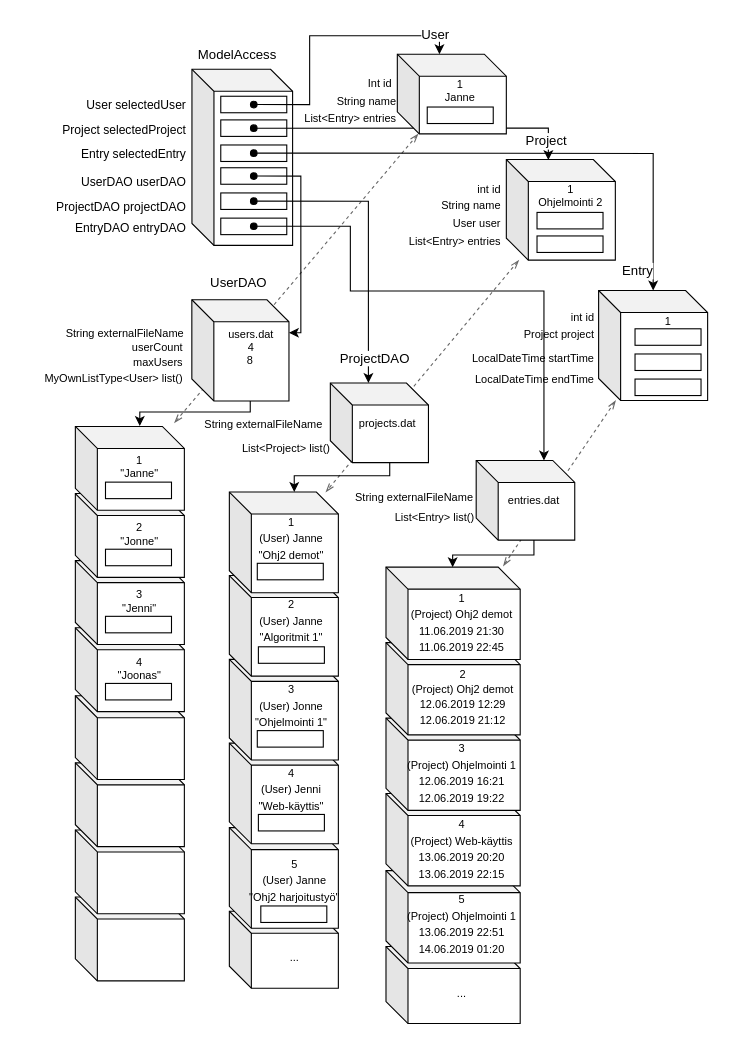
a-ruskomaa/SimpleTimeTracker keeps this draw.io diagram as kaaviot/tietorakenne_alt.drawio. Above is the earlier version. Source tidied: cells renumbered, new cells numbered last; positions are measured from the earlier drawing's top-left corner, leaving out a move shared by most shapes. Both pictures are drawn from the tidied source at 110%, with x=0, y=0 at pixel (19, 19).
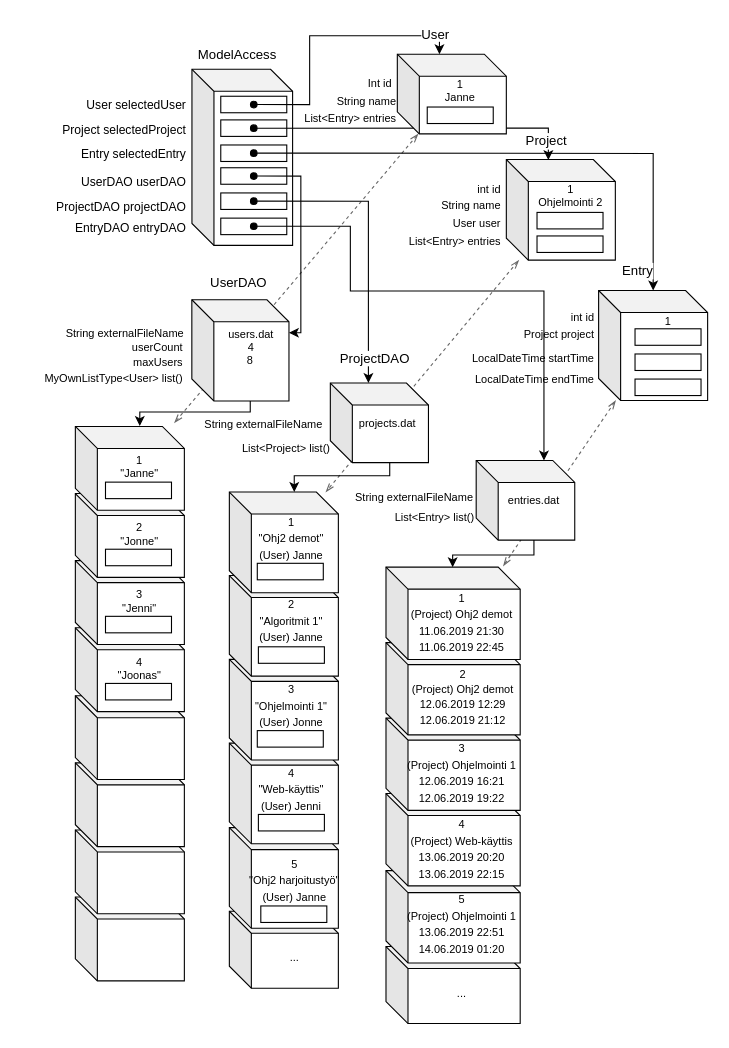
The same diagram, later.

Commit message (it also covers changes not shown here):
Muokattu tietorakennekaavioita

Unchanged cells that the change refers to:
```xml
<mxCell id="86" style="group;" parent="1" vertex="1">
  <mxGeometry x="191" y="429.8" width="99.1" height="457.2" as="geometry" />
</mxCell>
<mxCell id="87" style="group;" parent="86" vertex="1">
  <mxGeometry y="75.9" width="99.1" height="381.3" as="geometry" />
</mxCell>
<mxCell id="88" style="group;" parent="87" vertex="1">
  <mxGeometry y="76.2" width="99.1" height="305.1" as="geometry" />
</mxCell>
<mxCell id="89" style="group;" parent="88" vertex="1">
  <mxGeometry y="76.2" width="99.1" height="228.8" as="geometry" />
</mxCell>
```

The edit, as a diff of the source:
```diff
@@
-    <mxCell id="98" value="&lt;p style=&quot;line-height: 150% ; font-size: 10px&quot;&gt;4&lt;br style=&quot;font-size: 10px&quot;&gt;(User) Jenni&lt;br style=&quot;font-size: 10px&quot;&gt;&quot;Web-käyttis&quot;&lt;br style=&quot;font-size: 10px&quot;&gt;&lt;/p&gt;" style="text;html=1;align=center;fontColor=#000000;labelBackgroundColor=none;verticalAlign=middle;fontSize=10;" parent="89" vertex="1">
+    <mxCell id="98" value="&lt;p style=&quot;line-height: 150% ; font-size: 10px&quot;&gt;4&lt;br&gt;&quot;Web-käyttis&quot;&lt;br style=&quot;font-size: 10px&quot;&gt;(User) Jenni&lt;br style=&quot;font-size: 10px&quot;&gt;&lt;/p&gt;" style="text;html=1;align=center;fontColor=#000000;labelBackgroundColor=none;verticalAlign=middle;fontSize=10;" parent="89" vertex="1">
       <mxGeometry x="29.7" y="18.6" width="53.4" height="46.2" as="geometry" />
     </mxCell>
@@
-    <mxCell id="101" value="&lt;p style=&quot;line-height: 150% ; font-size: 10px&quot;&gt;3&lt;br style=&quot;font-size: 10px&quot;&gt;(User) Jonne&lt;br style=&quot;font-size: 10px&quot;&gt;&quot;Ohjelmointi 1&quot;&lt;br style=&quot;font-size: 10px&quot;&gt;&lt;/p&gt;" style="text;html=1;align=center;fontColor=#000000;labelBackgroundColor=none;verticalAlign=middle;fontSize=10;" parent="88" vertex="1">
+    <mxCell id="101" value="&lt;p style=&quot;line-height: 150% ; font-size: 10px&quot;&gt;3&lt;br&gt;&quot;Ohjelmointi 1&quot;&lt;br style=&quot;font-size: 10px&quot;&gt;(User) Jonne&lt;br style=&quot;font-size: 10px&quot;&gt;&lt;/p&gt;" style="text;html=1;align=center;fontColor=#000000;labelBackgroundColor=none;verticalAlign=middle;fontSize=10;" parent="88" vertex="1">
       <mxGeometry x="28.8" y="18.6" width="53.4" height="46.2" as="geometry" />
     </mxCell>
@@
-    <mxCell id="104" value="&lt;p style=&quot;line-height: 150% ; font-size: 10px&quot;&gt;2&lt;br style=&quot;font-size: 10px&quot;&gt;(User) Janne&lt;br style=&quot;font-size: 10px&quot;&gt;&quot;Algoritmit 1&quot;&lt;/p&gt;" style="text;html=1;align=center;fontColor=#000000;labelBackgroundColor=none;verticalAlign=middle;fontSize=10;" parent="87" vertex="1">
+    <mxCell id="104" value="&lt;p style=&quot;line-height: 150% ; font-size: 10px&quot;&gt;2&lt;br&gt;&quot;Algoritmit 1&quot;&lt;br style=&quot;font-size: 10px&quot;&gt;(User) Janne&lt;/p&gt;" style="text;html=1;align=center;fontColor=#000000;labelBackgroundColor=none;verticalAlign=middle;fontSize=10;" parent="87" vertex="1">
       <mxGeometry x="29.7" y="18.6" width="53.4" height="46.2" as="geometry" />
     </mxCell>
@@
-    <mxCell id="107" value="&lt;p style=&quot;line-height: 150% ; font-size: 10px&quot;&gt;1&lt;br style=&quot;font-size: 10px&quot;&gt;(User) Janne&lt;br style=&quot;font-size: 10px&quot;&gt;&quot;Ohj2 demot&quot;&lt;br style=&quot;font-size: 10px&quot;&gt;&lt;/p&gt;" style="text;html=1;align=center;fontColor=#000000;labelBackgroundColor=none;verticalAlign=middle;fontSize=10;" parent="86" vertex="1">
+    <mxCell id="107" value="&lt;p style=&quot;line-height: 150% ; font-size: 10px&quot;&gt;1&lt;br&gt;&quot;Ohj2 demot&quot;&lt;br style=&quot;font-size: 10px&quot;&gt;(User) Janne&lt;br style=&quot;font-size: 10px&quot;&gt;&lt;/p&gt;" style="text;html=1;align=center;fontColor=#000000;labelBackgroundColor=none;verticalAlign=middle;fontSize=10;" parent="86" vertex="1">
       <mxGeometry x="28.8" y="18.6" width="53.4" height="46.2" as="geometry" />
     </mxCell>
@@
-    <mxCell id="144" value="&lt;p style=&quot;line-height: 150% ; font-size: 10px&quot;&gt;5&lt;br style=&quot;font-size: 10px&quot;&gt;(User) Janne&lt;br style=&quot;font-size: 10px&quot;&gt;&quot;Ohj2 harjoitustyö&quot;&lt;br style=&quot;font-size: 10px&quot;&gt;&lt;/p&gt;" style="text;html=1;align=center;fontColor=#000000;labelBackgroundColor=none;verticalAlign=middle;fontSize=10;" parent="1" vertex="1">
+    <mxCell id="144" value="&lt;p style=&quot;line-height: 150% ; font-size: 10px&quot;&gt;5&lt;br&gt;&quot;Ohj2 harjoitustyö&quot;&lt;br style=&quot;font-size: 10px&quot;&gt;(User) Janne&lt;br style=&quot;font-size: 10px&quot;&gt;&lt;/p&gt;" style="text;html=1;align=center;fontColor=#000000;labelBackgroundColor=none;verticalAlign=middle;fontSize=10;" parent="1" vertex="1">
       <mxGeometry x="223" y="760" width="53.4" height="46.2" as="geometry" />
     </mxCell>
```
